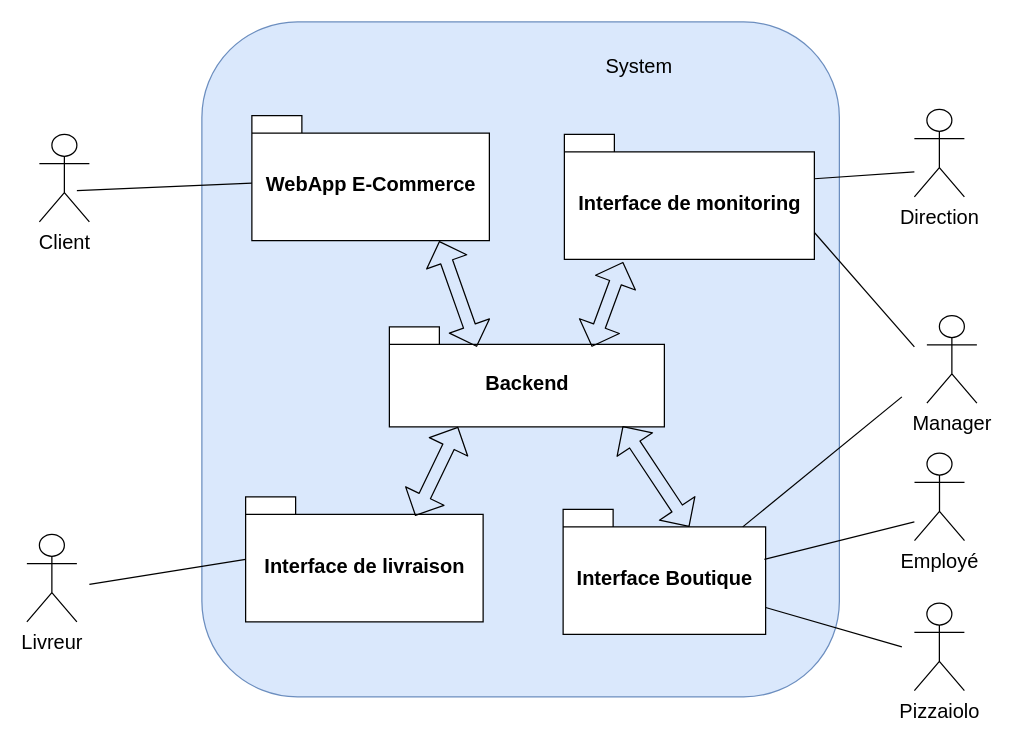
Ketut38/OC-P5-Pizza keeps this draw.io diagram as page "Cartographie Système" (1 of 5) of P5-UseCase-definotion.drawio. Above is the earlier version. Source tidied: cells renumbered, new cells numbered last; positions are measured from the earlier drawing's top-left corner, leaving out a move shared by most shapes. Both pictures are drawn from the tidied source at 125%, with x=0, y=0 at pixel (26, 21).
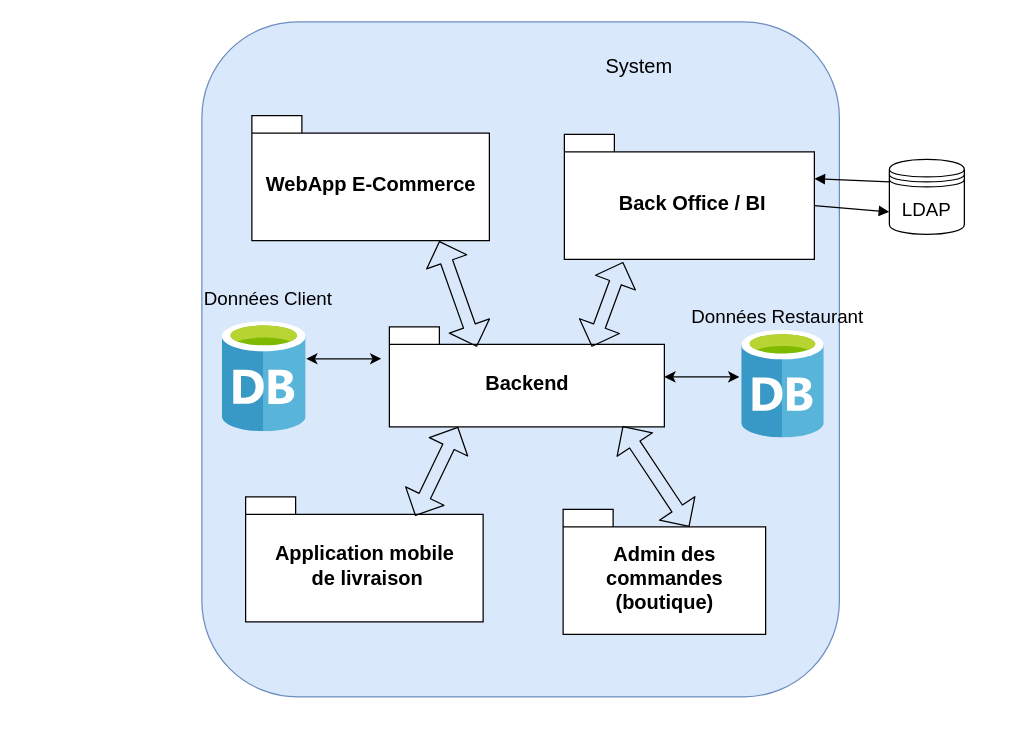
After the change.

The change refers to these unchanged cells:
```xml
<mxCell id="3" value="WebApp E-Commerce" style="shape=folder;fontStyle=1;spacingTop=10;tabWidth=40;tabHeight=14;tabPosition=left;html=1;fontSize=16;align=center;" parent="1" vertex="1">
  <mxGeometry x="180" y="75" width="190" height="100" as="geometry" />
</mxCell>
```

Diff of the diagram source:
```diff
@@
-    <mxCell id="4" value="Interface Boutique" style="shape=folder;fontStyle=1;spacingTop=10;tabWidth=40;tabHeight=14;tabPosition=left;html=1;fontSize=16;align=center;" parent="1" vertex="1">
+    <mxCell id="4" value="Admin des &lt;br&gt;commandes&lt;br&gt;(boutique)" style="shape=folder;fontStyle=1;spacingTop=10;tabWidth=40;tabHeight=14;tabPosition=left;html=1;fontSize=16;align=center;" parent="1" vertex="1">
       <mxGeometry x="429" y="390" width="162" height="100" as="geometry" />
     </mxCell>
-    <mxCell id="5" value="Client" style="shape=umlActor;verticalLabelPosition=bottom;labelBackgroundColor=#ffffff;verticalAlign=top;html=1;fontSize=16;align=center;" parent="1" vertex="1">
-      <mxGeometry x="10" y="90" width="40" height="70" as="geometry" />
-    </mxCell>
-    <mxCell id="6" value="Pizzaiolo" style="shape=umlActor;verticalLabelPosition=bottom;labelBackgroundColor=#ffffff;verticalAlign=top;html=1;fontSize=16;align=center;" parent="1" vertex="1">
-      <mxGeometry x="710" y="465" width="40" height="70" as="geometry" />
-    </mxCell>
-    <mxCell id="7" value="Manager" style="shape=umlActor;verticalLabelPosition=bottom;labelBackgroundColor=#ffffff;verticalAlign=top;html=1;fontSize=16;align=center;" parent="1" vertex="1">
-      <mxGeometry x="720" y="235" width="40" height="70" as="geometry" />
-    </mxCell>
-    <mxCell id="8" value="Employé" style="shape=umlActor;verticalLabelPosition=bottom;labelBackgroundColor=#ffffff;verticalAlign=top;html=1;fontSize=16;align=center;" parent="1" vertex="1">
-      <mxGeometry x="710.1" y="345" width="40" height="70" as="geometry" />
-    </mxCell>
-    <mxCell id="9" style="endArrow=none;html=1;fontSize=16;exitX=0.887;exitY=0.14;exitDx=0;exitDy=0;exitPerimeter=0;" parent="1" edge="1" source="4">
-      <mxGeometry relative="1" as="geometry">
-        <mxPoint x="700" y="300" as="targetPoint" />
-      </mxGeometry>
-    </mxCell>
-    <mxCell id="10" style="endArrow=none;html=1;fontSize=16;" parent="1" edge="1">
-      <mxGeometry relative="1" as="geometry">
-        <mxPoint x="50" y="450" as="sourcePoint" />
-        <mxPoint x="175" y="430" as="targetPoint" />
-      </mxGeometry>
-    </mxCell>
-    <mxCell id="11" style="endArrow=none;html=1;fontSize=16;" parent="1" edge="1" target="3">
-      <mxGeometry relative="1" as="geometry">
-        <mxPoint x="40" y="135" as="sourcePoint" />
-      </mxGeometry>
-    </mxCell>
@@
-    <mxCell id="14" value="Interface de livraison" style="shape=folder;fontStyle=1;spacingTop=10;tabWidth=40;tabHeight=14;tabPosition=left;html=1;fontSize=16;align=center;" parent="1" vertex="1">
+    <mxCell id="14" value="Application mobile&lt;br&gt;&amp;nbsp;de livraison" style="shape=folder;fontStyle=1;spacingTop=10;tabWidth=40;tabHeight=14;tabPosition=left;html=1;fontSize=16;align=center;" parent="1" vertex="1">
       <mxGeometry x="175" y="380" width="190" height="100" as="geometry" />
     </mxCell>
-    <mxCell id="15" value="Interface de monitoring" style="shape=folder;fontStyle=1;spacingTop=10;tabWidth=40;tabHeight=14;tabPosition=left;html=1;fontSize=16;align=center;" parent="1" vertex="1">
+    <mxCell id="15" value="&amp;nbsp;Back Office / BI" style="shape=folder;fontStyle=1;spacingTop=10;tabWidth=40;tabHeight=14;tabPosition=left;html=1;fontSize=16;align=center;" parent="1" vertex="1">
       <mxGeometry x="430" y="90" width="200" height="100" as="geometry" />
     </mxCell>
-    <mxCell id="16" value="Livreur" style="shape=umlActor;verticalLabelPosition=bottom;labelBackgroundColor=#ffffff;verticalAlign=top;html=1;fontSize=16;align=center;" parent="1" vertex="1">
-      <mxGeometry y="410" width="40" height="70" as="geometry" />
-    </mxCell>
-    <mxCell id="17" style="endArrow=none;html=1;" parent="1" edge="1">
-      <mxGeometry relative="1" as="geometry">
-        <mxPoint x="590" y="430" as="sourcePoint" />
-        <mxPoint x="710" y="400" as="targetPoint" />
-      </mxGeometry>
-    </mxCell>
-    <mxCell id="18" style="endArrow=none;html=1;exitX=0;exitY=0;exitDx=162;exitDy=78.5;exitPerimeter=0;" parent="1" edge="1" source="4">
-      <mxGeometry relative="1" as="geometry">
-        <mxPoint x="700" y="500" as="targetPoint" />
-      </mxGeometry>
-    </mxCell>
-    <mxCell id="19" style="endArrow=none;html=1;exitX=0;exitY=0;exitDx=200;exitDy=78.5;exitPerimeter=0;" parent="1" edge="1" source="15">
-      <mxGeometry relative="1" as="geometry">
-        <mxPoint x="710" y="260" as="targetPoint" />
-      </mxGeometry>
-    </mxCell>
-    <mxCell id="20" value="Direction" style="shape=umlActor;verticalLabelPosition=bottom;labelBackgroundColor=#ffffff;verticalAlign=top;html=1;fontSize=16;align=center;" parent="1" vertex="1">
-      <mxGeometry x="710" y="70" width="40" height="70" as="geometry" />
-    </mxCell>
-    <mxCell id="21" style="endArrow=none;html=1;exitX=0;exitY=0;exitDx=200;exitDy=35.5;exitPerimeter=0;" parent="1" edge="1" source="15">
-      <mxGeometry relative="1" as="geometry">
-        <mxPoint x="710" y="120" as="targetPoint" />
-      </mxGeometry>
-    </mxCell>
@@
+    <mxCell id="26" style="html=1;align=center;image;fontSize=12;image=img/lib/mscae/Database_General.svg;" parent="1" vertex="1">
+      <mxGeometry x="156.5" y="240" width="67" height="88" as="geometry" />
+    </mxCell>
+    <mxCell id="27" style="html=1;align=center;image;fontSize=12;image=img/lib/mscae/Database_General.svg;" parent="1" vertex="1">
+      <mxGeometry x="572" y="247" width="66" height="86" as="geometry" />
+    </mxCell>
+    <mxCell id="28" value="Données Client" style="text;html=1;align=left;verticalAlign=top;spacingTop=-4;fontSize=15;" parent="1" vertex="1">
+      <mxGeometry x="140" y="210" width="100" height="10" as="geometry" />
+    </mxCell>
+    <mxCell id="29" value="Données Restaurant" style="text;html=1;align=left;verticalAlign=top;spacingTop=-4;fontSize=15;" parent="1" vertex="1">
+      <mxGeometry x="530" y="224" width="150" height="20" as="geometry" />
+    </mxCell>
+    <mxCell id="30" style="endArrow=classic;startArrow=classic;html=1;fontSize=15;" parent="1" edge="1">
+      <mxGeometry relative="1" as="geometry">
+        <mxPoint x="223.5" y="269.5" as="sourcePoint" />
+        <mxPoint x="283.5" y="269.5" as="targetPoint" />
+      </mxGeometry>
+    </mxCell>
+    <mxCell id="31" style="endArrow=classic;startArrow=classic;html=1;fontSize=15;" parent="1" edge="1">
+      <mxGeometry relative="1" as="geometry">
+        <mxPoint x="510" y="284" as="sourcePoint" />
+        <mxPoint x="570" y="284" as="targetPoint" />
+      </mxGeometry>
+    </mxCell>
+    <mxCell id="32" value="LDAP" style="shape=datastore;whiteSpace=wrap;html=1;fontSize=15;" parent="1" vertex="1">
+      <mxGeometry x="690" y="110" width="60" height="60" as="geometry" />
+    </mxCell>
+    <mxCell id="33" style="endArrow=block;endFill=1;endSize=6;html=1;fontSize=15;entryX=0;entryY=0;entryDx=200;entryDy=35.5;entryPerimeter=0;exitX=0;exitY=0.3;exitDx=0;exitDy=0;" parent="1" edge="1" source="32" target="15">
+      <mxGeometry relative="1" as="geometry" />
+    </mxCell>
+    <mxCell id="34" style="endArrow=block;endFill=1;endSize=6;html=1;fontSize=15;exitX=0;exitY=0;exitDx=200;exitDy=57;exitPerimeter=0;entryX=0;entryY=0.7;entryDx=0;entryDy=0;" parent="1" edge="1" source="15" target="32">
+      <mxGeometry relative="1" as="geometry" />
+    </mxCell>
```
